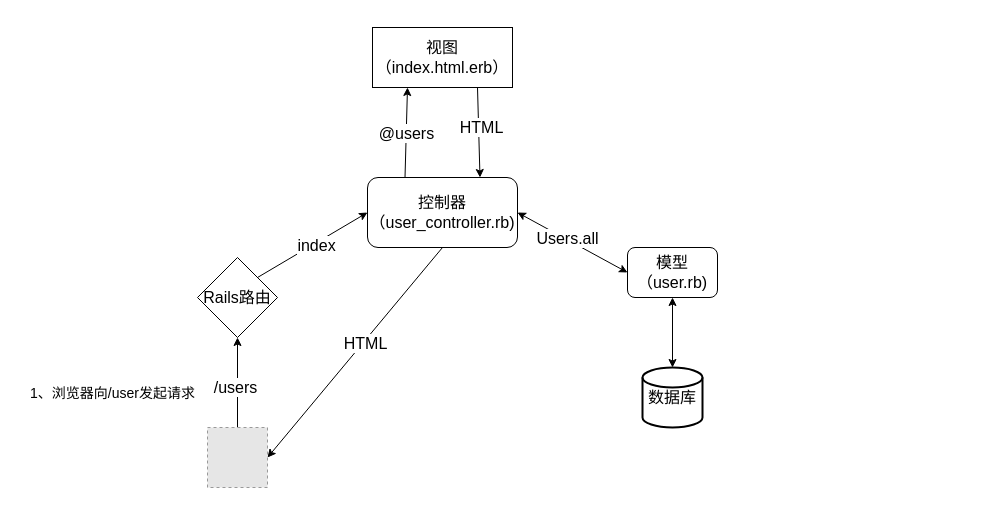
Above: rails-mvc流程图.drawio in UniStart2/draw-io-draft (draw.io), before the change. Source tidied: cells renumbered, new cells numbered last; positions are measured from the earlier drawing's top-left corner, leaving out a move shared by most shapes. Both pictures are drawn from the tidied source at 100%, with x=0, y=0 at pixel (17, 27). Pictures stored in the file or linked from it are replaced by grey dashed boxes.
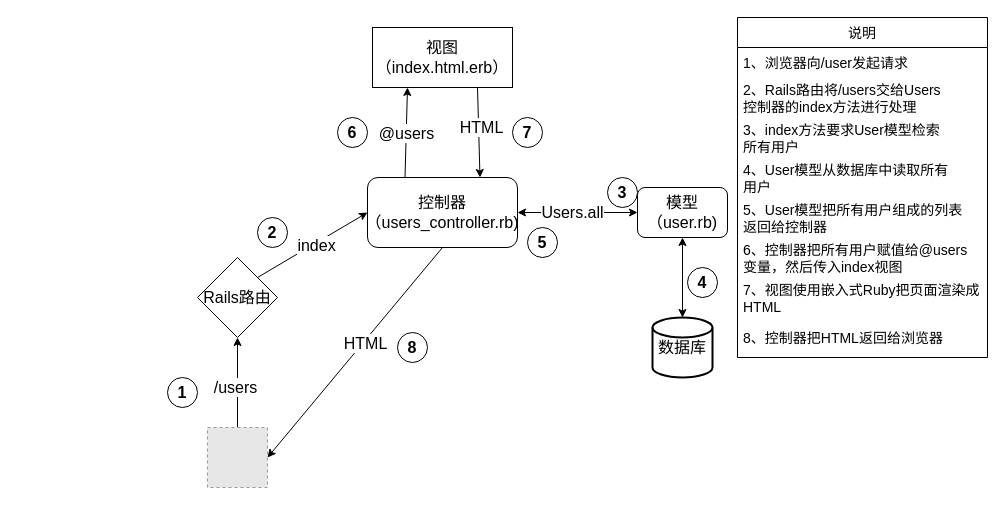
Above is the later version.

Commit message (it also covers changes not shown here):
更新rails-mvc流程图.drawio

The edit, as a diff of the source:
```diff
@@
-    <mxCell id="12" value="&lt;font style=&quot;font-size: 16px;&quot;&gt;控制器&lt;br&gt;（user_controller.rb)&lt;/font&gt;" style="rounded=1;whiteSpace=wrap;html=1;" parent="1" vertex="1">
+    <mxCell id="12" value="&lt;font style=&quot;font-size: 16px;&quot;&gt;控制器&lt;br&gt;（users_controller.rb)&lt;/font&gt;" style="rounded=1;whiteSpace=wrap;html=1;" parent="1" vertex="1">
       <mxGeometry x="350" y="150" width="150" height="70" as="geometry" />
     </mxCell>
     <mxCell id="13" value="&lt;font style=&quot;font-size: 16px;&quot;&gt;模型&lt;br&gt;（user.rb)&lt;/font&gt;" style="rounded=1;whiteSpace=wrap;html=1;" parent="1" vertex="1">
-      <mxGeometry x="610" y="220" width="90" height="50" as="geometry" />
+      <mxGeometry x="620" y="160" width="90" height="50" as="geometry" />
     </mxCell>
@@
     <mxCell id="17" value="数据库" style="strokeWidth=2;html=1;shape=mxgraph.flowchart.database;whiteSpace=wrap;fontSize=16;" parent="1" vertex="1">
-      <mxGeometry x="625" y="340" width="60" height="60" as="geometry" />
+      <mxGeometry x="635" y="290" width="60" height="60" as="geometry" />
     </mxCell>
@@
+    <mxCell id="22" value="说明" style="swimlane;fontStyle=0;horizontal=1;startSize=30;fontSize=14;" parent="1" vertex="1">
+      <mxGeometry x="720" y="-10" width="250" height="340" as="geometry" />
+    </mxCell>
-    <mxCell id="21" value="&lt;font style=&quot;font-size: 14px;&quot;&gt;1、浏览器向/user发起请求&lt;/font&gt;" style="text;html=1;align=center;verticalAlign=middle;strokeColor=none;fillColor=none;fontSize=16;" parent="1" vertex="1">
-      <mxGeometry y="350" width="190" height="30" as="geometry" />
+    <mxCell id="21" value="1、浏览器向/user发起请求" style="text;strokeColor=none;fillColor=none;align=left;verticalAlign=middle;spacingLeft=4;spacingRight=4;overflow=hidden;fontSize=14;" parent="22" vertex="1">
+      <mxGeometry y="30" width="250" height="30" as="geometry" />
     </mxCell>
+    <mxCell id="23" value="2、Rails路由将/users交给Users&#10;控制器的index方法进行处理" style="text;align=left;verticalAlign=middle;spacingLeft=4;spacingRight=4;overflow=hidden;fontSize=14;" parent="22" vertex="1">
+      <mxGeometry y="60" width="250" height="40" as="geometry" />
+    </mxCell>
+    <mxCell id="24" value="3、index方法要求User模型检索&#10;所有用户" style="text;strokeColor=none;fillColor=none;align=left;verticalAlign=middle;spacingLeft=4;spacingRight=4;overflow=hidden;fontSize=14;" parent="22" vertex="1">
+      <mxGeometry y="100" width="250" height="40" as="geometry" />
+    </mxCell>
+    <mxCell id="25" value="4、User模型从数据库中读取所有&#10;用户" style="text;strokeColor=none;fillColor=none;align=left;verticalAlign=middle;spacingLeft=4;spacingRight=4;overflow=hidden;fontSize=14;" parent="22" vertex="1">
+      <mxGeometry y="140" width="250" height="40" as="geometry" />
+    </mxCell>
+    <mxCell id="26" value="5、User模型把所有用户组成的列表&#10;返回给控制器" style="text;strokeColor=none;fillColor=none;align=left;verticalAlign=middle;spacingLeft=4;spacingRight=4;overflow=hidden;fontSize=14;" parent="22" vertex="1">
+      <mxGeometry y="180" width="250" height="40" as="geometry" />
+    </mxCell>
+    <mxCell id="27" value="6、控制器把所有用户赋值给@users&#10;变量，然后传入index视图" style="text;strokeColor=none;fillColor=none;align=left;verticalAlign=middle;spacingLeft=4;spacingRight=4;overflow=hidden;fontSize=14;" parent="22" vertex="1">
+      <mxGeometry y="220" width="250" height="40" as="geometry" />
+    </mxCell>
+    <mxCell id="28" value="7、视图使用嵌入式Ruby把页面渲染成&#10;HTML" style="text;strokeColor=none;fillColor=none;align=left;verticalAlign=middle;spacingLeft=4;spacingRight=4;overflow=hidden;fontSize=14;" parent="22" vertex="1">
+      <mxGeometry y="260" width="250" height="40" as="geometry" />
+    </mxCell>
+    <mxCell id="29" value="8、控制器把HTML返回给浏览器" style="text;strokeColor=none;fillColor=none;align=left;verticalAlign=middle;spacingLeft=4;spacingRight=4;overflow=hidden;fontSize=14;" parent="22" vertex="1">
+      <mxGeometry y="300" width="250" height="40" as="geometry" />
+    </mxCell>
+    <mxCell id="30" value="&lt;font style=&quot;font-size: 16px;&quot;&gt;&lt;b&gt;1&lt;/b&gt;&lt;/font&gt;" style="ellipse;whiteSpace=wrap;html=1;fontSize=14;" parent="1" vertex="1">
+      <mxGeometry x="150" y="350" width="30" height="30" as="geometry" />
+    </mxCell>
+    <mxCell id="31" value="&lt;font style=&quot;font-size: 16px;&quot;&gt;&lt;b&gt;2&lt;/b&gt;&lt;/font&gt;" style="ellipse;whiteSpace=wrap;html=1;fontSize=14;" parent="1" vertex="1">
+      <mxGeometry x="240" y="190" width="30" height="30" as="geometry" />
+    </mxCell>
+    <mxCell id="32" value="&lt;font style=&quot;font-size: 16px;&quot;&gt;&lt;b&gt;3&lt;/b&gt;&lt;/font&gt;" style="ellipse;whiteSpace=wrap;html=1;fontSize=14;" parent="1" vertex="1">
+      <mxGeometry x="590" y="150" width="30" height="30" as="geometry" />
+    </mxCell>
+    <mxCell id="33" value="&lt;font style=&quot;font-size: 16px;&quot;&gt;&lt;b&gt;4&lt;/b&gt;&lt;/font&gt;" style="ellipse;whiteSpace=wrap;html=1;fontSize=14;" parent="1" vertex="1">
+      <mxGeometry x="670" y="240" width="30" height="30" as="geometry" />
+    </mxCell>
+    <mxCell id="34" value="&lt;font style=&quot;font-size: 16px;&quot;&gt;&lt;b&gt;5&lt;/b&gt;&lt;/font&gt;" style="ellipse;whiteSpace=wrap;html=1;fontSize=14;" parent="1" vertex="1">
+      <mxGeometry x="510" y="200" width="30" height="30" as="geometry" />
+    </mxCell>
+    <mxCell id="35" value="&lt;font style=&quot;font-size: 16px;&quot;&gt;&lt;b&gt;6&lt;/b&gt;&lt;/font&gt;" style="ellipse;whiteSpace=wrap;html=1;fontSize=14;" parent="1" vertex="1">
+      <mxGeometry x="320" y="90" width="30" height="30" as="geometry" />
+    </mxCell>
+    <mxCell id="36" value="&lt;font style=&quot;font-size: 16px;&quot;&gt;&lt;b&gt;7&lt;/b&gt;&lt;/font&gt;" style="ellipse;whiteSpace=wrap;html=1;fontSize=14;" parent="1" vertex="1">
+      <mxGeometry x="495" y="90" width="30" height="30" as="geometry" />
+    </mxCell>
+    <mxCell id="37" value="&lt;font style=&quot;font-size: 16px;&quot;&gt;&lt;b&gt;8&lt;/b&gt;&lt;/font&gt;" style="ellipse;whiteSpace=wrap;html=1;fontSize=14;" parent="1" vertex="1">
+      <mxGeometry x="380" y="305" width="30" height="30" as="geometry" />
+    </mxCell>
```
